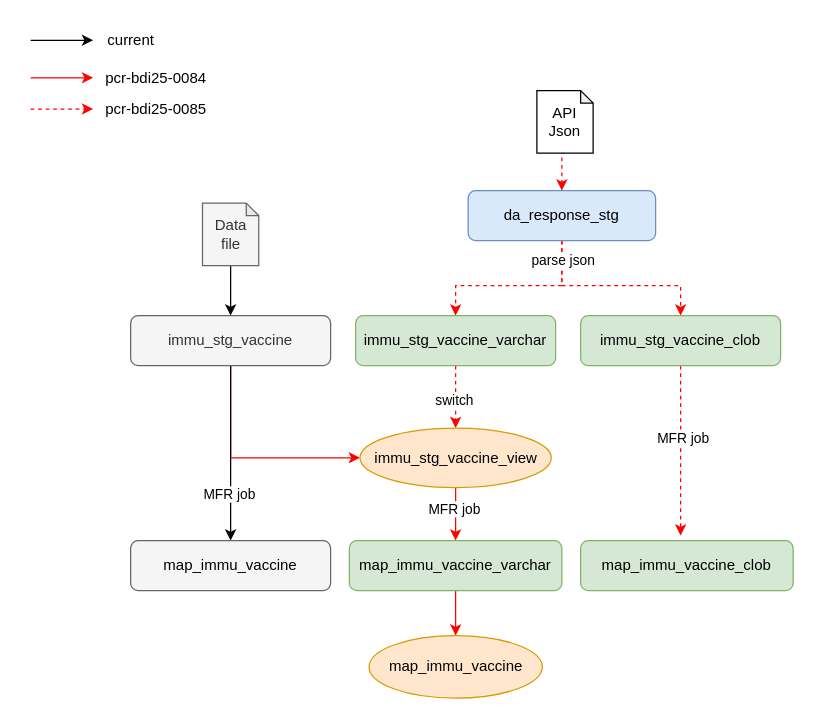
The draw.io diagram page "Page-1" (1 of 2) of immu_workflow.drawio in xuhuide/drawio, before the edit. Source tidied: cells renumbered, new cells numbered last; positions are measured from the earlier drawing's top-left corner, leaving out a move shared by most shapes. Both pictures are drawn from the tidied source at 125%, with x=0, y=0 at pixel (30, 21).
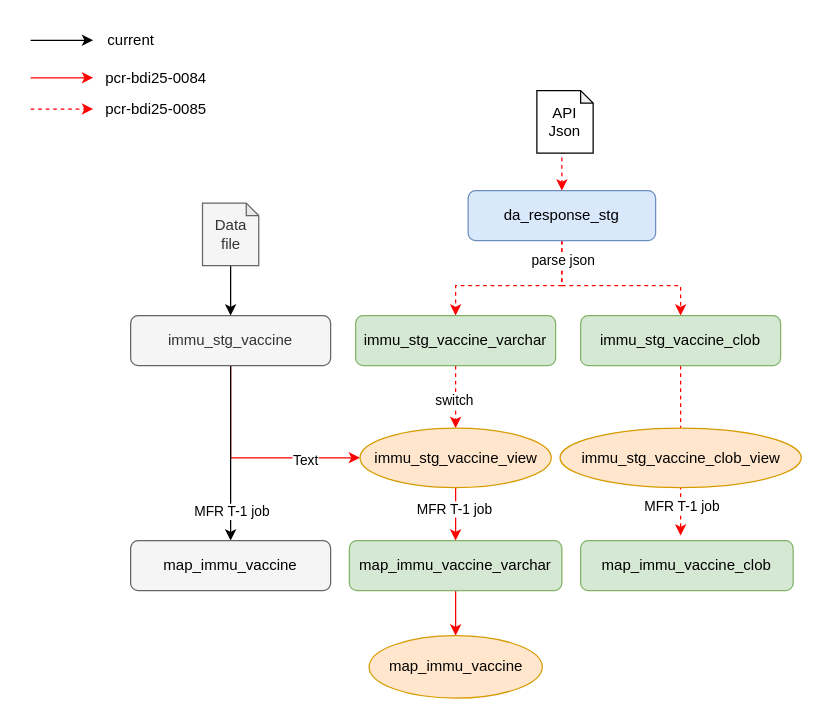
The same page after the edit.

Unchanged cells that the change refers to:
```xml
<mxCell id="5" style="edgeStyle=orthogonalEdgeStyle;rounded=0;jettySize=auto;html=1;entryX=0;entryY=0.5;entryDx=0;entryDy=0;curved=0;strokeColor=#FF0000;" parent="1" edge="1" source="8" target="20">
  <mxGeometry relative="1" as="geometry">
    <Array as="points">
      <mxPoint x="160" y="349" />
    </Array>
  </mxGeometry>
</mxCell>
<mxCell id="6" style="edgeStyle=orthogonalEdgeStyle;rounded=0;jettySize=auto;html=1;exitX=0.5;exitY=1;exitDx=0;exitDy=0;entryX=0.5;entryY=0;entryDx=0;entryDy=0;" parent="1" edge="1" source="8" target="26">
  <mxGeometry relative="1" as="geometry" />
</mxCell>
<mxCell id="11" style="edgeStyle=orthogonalEdgeStyle;rounded=0;jettySize=auto;html=1;dashed=1;strokeColor=#FF0000;" parent="1" edge="1" source="13">
  <mxGeometry relative="1" as="geometry">
    <mxPoint x="520" y="411" as="targetPoint" />
  </mxGeometry>
</mxCell>
<mxCell id="18" style="edgeStyle=orthogonalEdgeStyle;rounded=0;jettySize=auto;html=1;exitX=0.5;exitY=1;exitDx=0;exitDy=0;entryX=0.5;entryY=0;entryDx=0;entryDy=0;strokeColor=#FF0000;" parent="1" edge="1" source="20" target="10">
  <mxGeometry relative="1" as="geometry" />
</mxCell>
```

What changed in the source:
```diff
@@
+    <mxCell id="34" value="Text" style="edgeLabel;html=1;align=center;verticalAlign=middle;" parent="5" vertex="1">
+      <mxGeometry x="0.5" y="-2" relative="1" as="geometry" />
+    </mxCell>
@@
-    <mxCell id="7" value="MFR job" style="edgeLabel;html=1;align=center;verticalAlign=middle;" parent="6" vertex="1">
-      <mxGeometry x="0.46" y="-2" relative="1" as="geometry" />
+    <mxCell id="7" value="MFR T-1 job" style="edgeLabel;html=1;align=center;verticalAlign=middle;" parent="6" vertex="1">
+      <mxGeometry x="0.46" y="-2" relative="1" as="geometry">
+        <mxPoint x="2" y="14" as="offset" />
+      </mxGeometry>
     </mxCell>
@@
+    <mxCell id="35" value="MFR T-1 job" style="edgeLabel;html=1;align=center;verticalAlign=middle;" parent="11" vertex="1">
+      <mxGeometry x="0.65" relative="1" as="geometry" />
+    </mxCell>
@@
-    <mxCell id="19" value="MFR job" style="edgeLabel;html=1;align=center;verticalAlign=middle;" parent="18" vertex="1">
+    <mxCell id="19" value="MFR T-1 job" style="edgeLabel;html=1;align=center;verticalAlign=middle;" parent="18" vertex="1">
       <mxGeometry x="-0.1" y="-1" relative="1" as="geometry">
         <mxPoint x="-1" y="-2" as="offset" />
       </mxGeometry>
     </mxCell>
@@
+    <mxCell id="36" value="immu_stg_vaccine_clob_view" style="ellipse;whiteSpace=wrap;html=1;fillColor=#ffe6cc;strokeColor=#d79b00;" parent="1" vertex="1">
+      <mxGeometry x="423.5" y="325" width="193" height="47.5" as="geometry" />
+    </mxCell>
```
